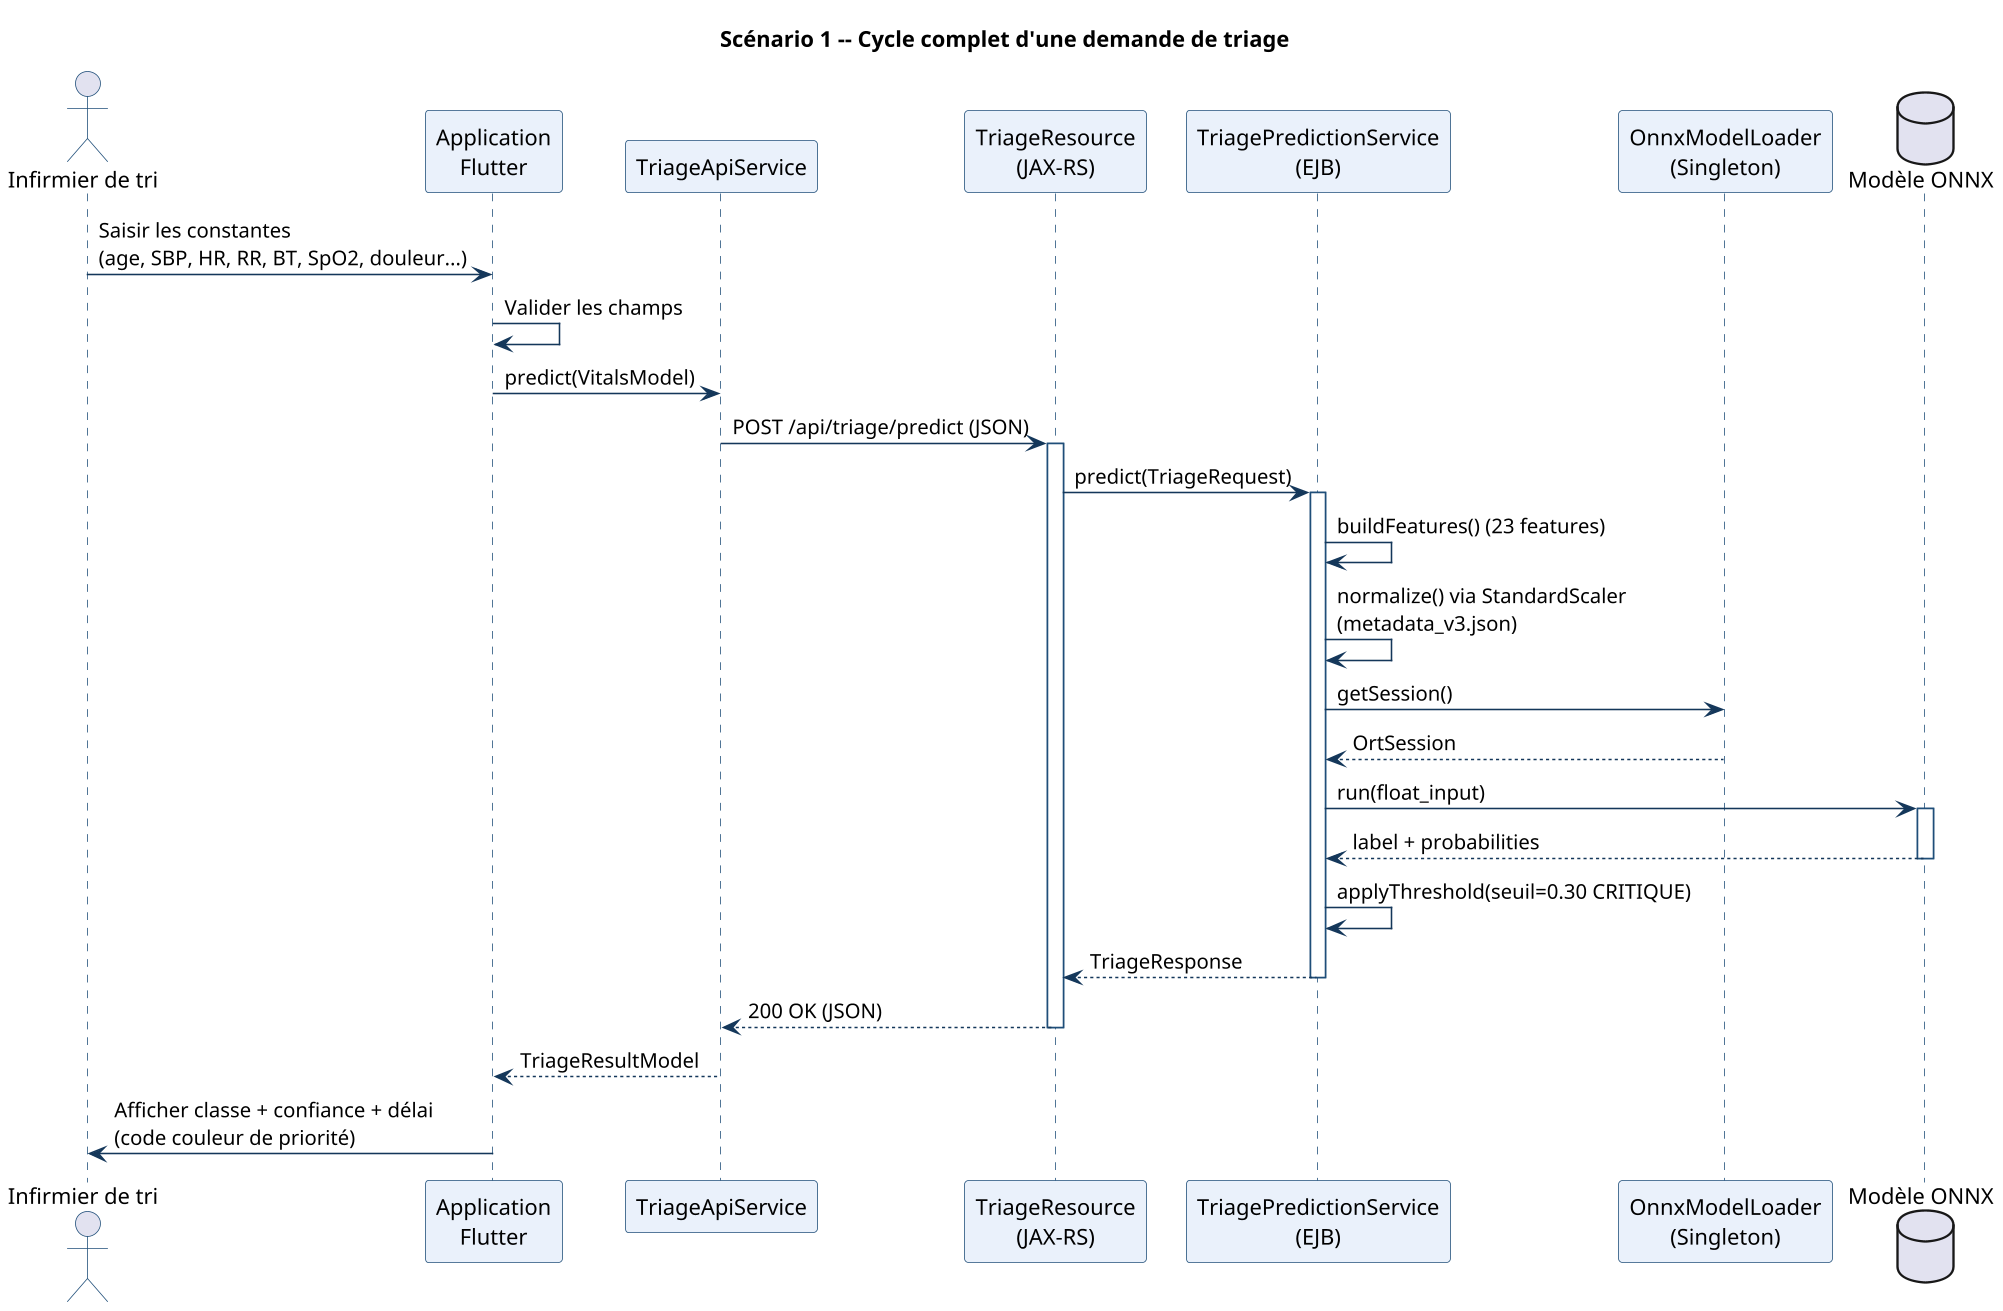
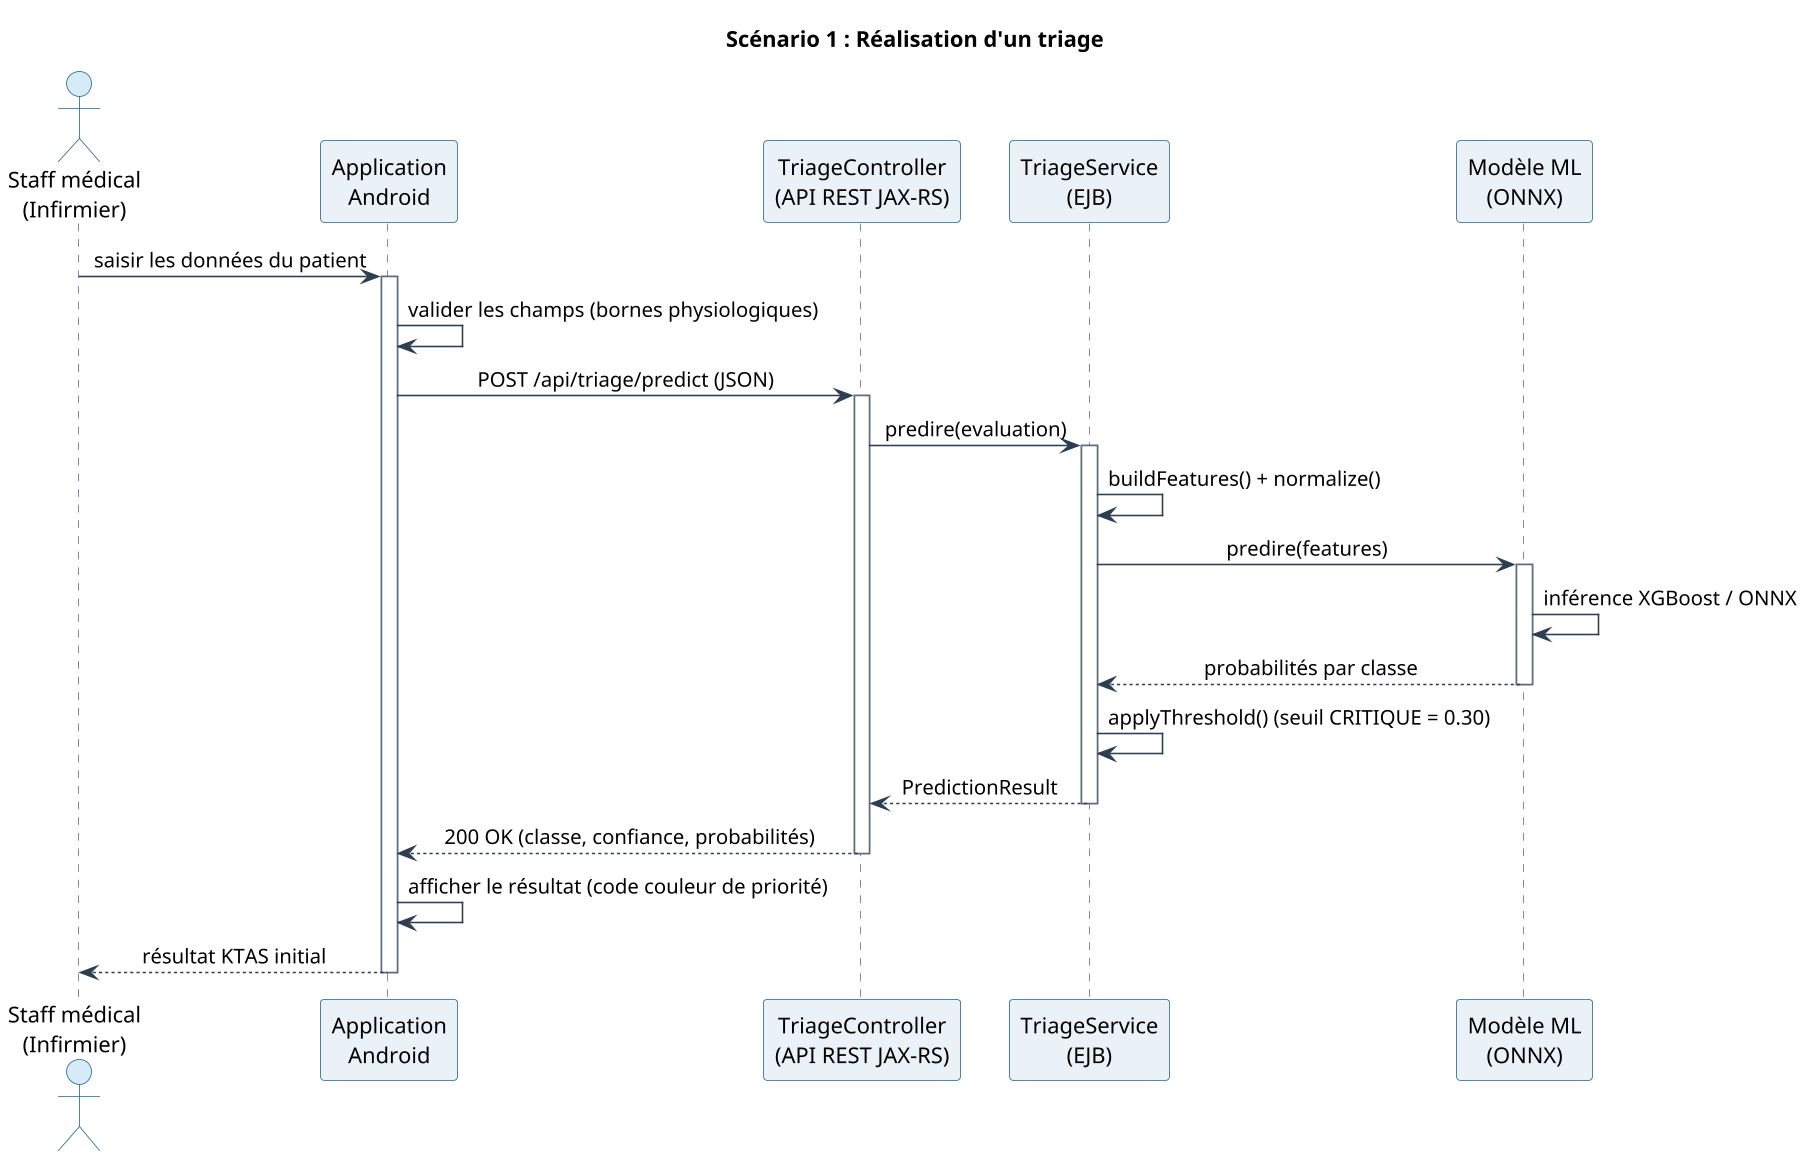
- @startuml
- ' Scenario 1 : Cycle complet d'une demande de triage (saisie -> prediction -> affichage)
+ @startuml seq_triage
+ title Scénario 1 : Réalisation d'un triage
skinparam dpi 150
- skinparam backgroundColor #FFFFFF
- skinparam sequence {
-   ArrowColor #14375A
-   LifeLineBorderColor #1F4E79
-   ParticipantBorderColor #1F4E79
-   ParticipantBackgroundColor #EAF1FB
-   ActorBorderColor #1F4E79
- }
- title Scénario 1 -- Cycle complet d'une demande de triage
+ skinparam shadowing false
+ skinparam defaultFontName Helvetica
+ skinparam sequenceMessageAlign center
+ skinparam ParticipantBackgroundColor #EAF2F8
+ skinparam ParticipantBorderColor #1F618D
+ skinparam ActorBackgroundColor #D6EAF8
+ skinparam ActorBorderColor #1F618D
+ skinparam SequenceLifeLineBorderColor #5D6D7E
+ skinparam ArrowColor #2C3E50

- actor "Infirmier de tri" as Nurse
- participant "Application\nFlutter" as App
- participant "TriageApiService" as Api
- participant "TriageResource\n(JAX-RS)" as Res
- participant "TriagePredictionService\n(EJB)" as Svc
- participant "OnnxModelLoader\n(Singleton)" as Loader
- database "Modèle ONNX" as Model
+ actor "Staff médical\n(Infirmier)" as Staff
+ participant "Application\nAndroid" as App
+ participant "TriageController\n(API REST JAX-RS)" as Ctrl
+ participant "TriageService\n(EJB)" as Svc
+ participant "Modèle ML\n(ONNX)" as ML

- Nurse -> App : Saisir les constantes\n(age, SBP, HR, RR, BT, SpO2, douleur...)
- App -> App : Valider les champs
- App -> Api : predict(VitalsModel)
- Api -> Res : POST /api/triage/predict (JSON)
- activate Res
- Res -> Svc : predict(TriageRequest)
+ Staff -> App : saisir les données du patient
+ activate App
+ App -> App : valider les champs (bornes physiologiques)
+ 
+ App -> Ctrl : POST /api/triage/predict (JSON)
+ activate Ctrl
+ Ctrl -> Svc : predire(evaluation)
activate Svc
- Svc -> Svc : buildFeatures() (23 features)
- Svc -> Svc : normalize() via StandardScaler\n(metadata_v3.json)
- Svc -> Loader : getSession()
- Loader --> Svc : OrtSession
- Svc -> Model : run(float_input)
- activate Model
- Model --> Svc : label + probabilities
- deactivate Model
- Svc -> Svc : applyThreshold(seuil=0.30 CRITIQUE)
- Svc --> Res : TriageResponse
+ 
+ Svc -> Svc : buildFeatures() + normalize()
+ Svc -> ML : predire(features)
+ activate ML
+ ML -> ML : inférence XGBoost / ONNX
+ ML --> Svc : probabilités par classe
+ deactivate ML
+ 
+ Svc -> Svc : applyThreshold() (seuil CRITIQUE = 0.30)
+ Svc --> Ctrl : PredictionResult
deactivate Svc
- Res --> Api : 200 OK (JSON)
- deactivate Res
- Api --> App : TriageResultModel
- App -> Nurse : Afficher classe + confiance + délai\n(code couleur de priorité)

+ Ctrl --> App : 200 OK (classe, confiance, probabilités)
+ deactivate Ctrl
+ 
+ App -> App : afficher le résultat (code couleur de priorité)
+ App --> Staff : résultat KTAS initial
+ deactivate App
@enduml
